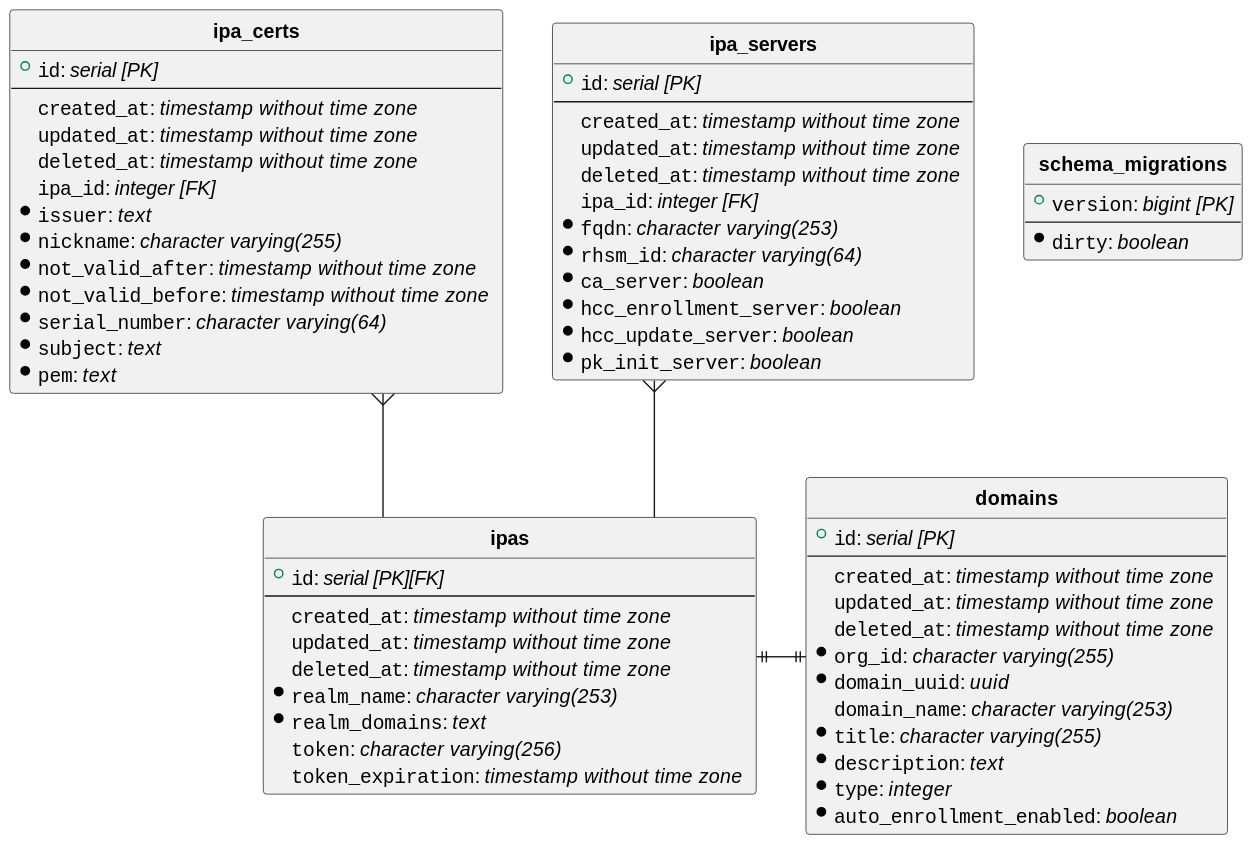
This is docs/db-model.svg from podengo-project/idmsvc-backend, a PlantUML export, as it was before one commit.
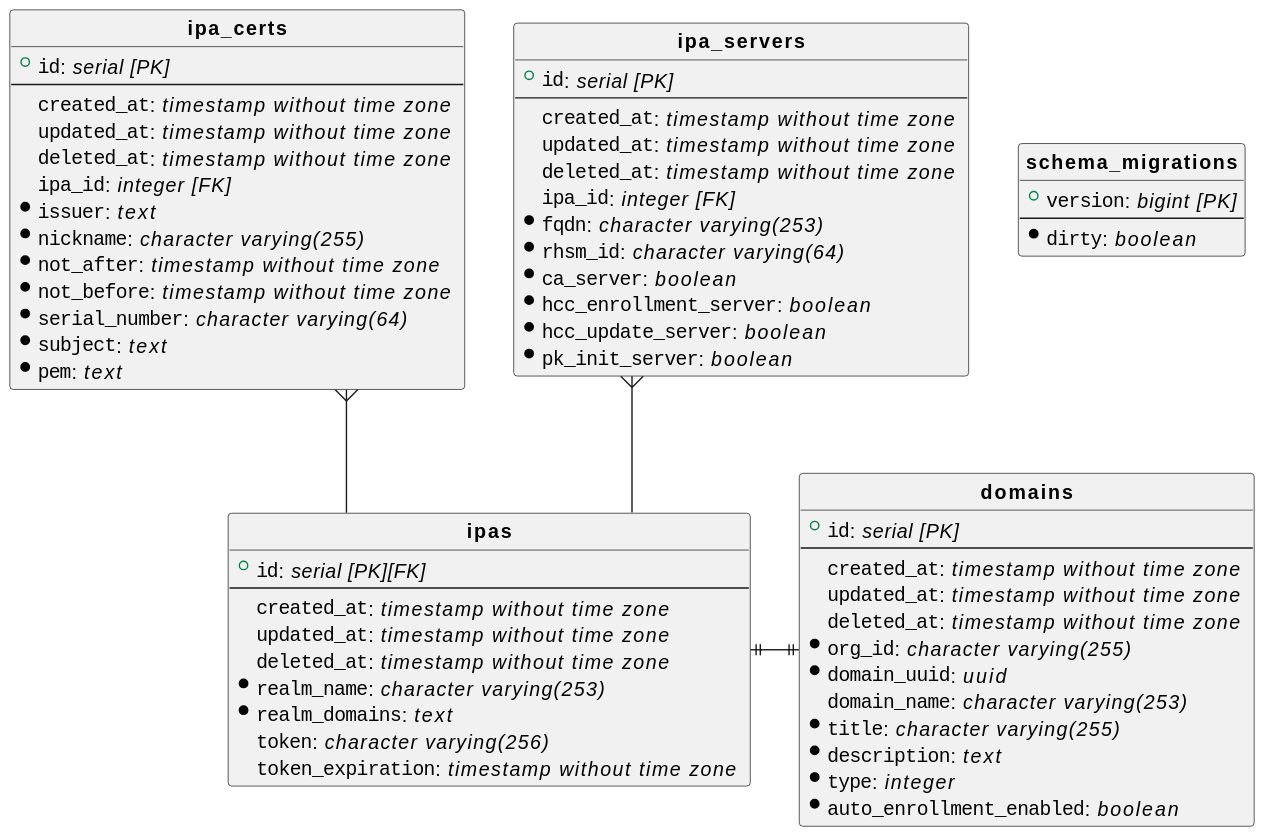
The same diagram one commit later.

Diff of the diagram source:
```diff
@@ -26,8 +26,8 @@
   ""ipa_id"": //integer [FK]//
   *""issuer"": //text //
   *""nickname"": //character varying(255) //
-  *""not_valid_after"": //timestamp without time zone //
-  *""not_valid_before"": //timestamp without time zone //
+  *""not_after"": //timestamp without time zone //
+  *""not_before"": //timestamp without time zone //
   *""serial_number"": //character varying(64) //
   *""subject"": //text //
   *""pem"": //text //
```
